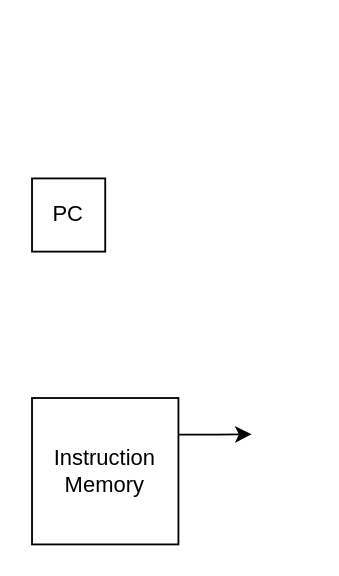
Above: README.drawio in conneroisu/sfhw-proj2 (draw.io), before the change. Source tidied: cells renumbered, new cells numbered last; positions are measured from the earlier drawing's top-left corner, leaving out a move shared by most shapes. Both pictures are drawn from the tidied source at 183%, with x=0, y=0 at pixel (31, 178).
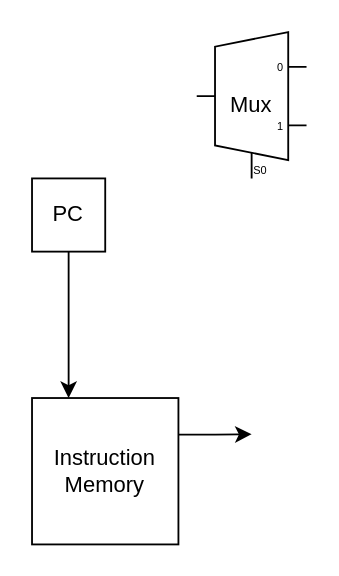
Above is the later version.

The edit, as a diff of the source:
```diff
@@
 <mxGraphModel>
   <root>
     <mxCell id="0" />
     <mxCell id="1" parent="0" />
     <mxCell id="2" style="edgeStyle=orthogonalEdgeStyle;rounded=0;jettySize=auto;html=1;exitX=1;exitY=0.25;exitDx=0;exitDy=0;" parent="1" edge="1" source="3">
       <mxGeometry relative="1" as="geometry">
         <mxPoint x="120" y="139.8" as="targetPoint" />
       </mxGeometry>
     </mxCell>
     <mxCell id="3" value="Instruction&lt;br&gt;Memory" style="whiteSpace=wrap;html=1;" parent="1" vertex="1">
       <mxGeometry y="120" width="80" height="80" as="geometry" />
     </mxCell>
+    <mxCell id="5" style="edgeStyle=orthogonalEdgeStyle;rounded=0;jettySize=auto;html=1;exitX=0.5;exitY=1;exitDx=0;exitDy=0;entryX=0.25;entryY=0;entryDx=0;entryDy=0;" parent="1" edge="1" source="4" target="3">
+      <mxGeometry relative="1" as="geometry" />
+    </mxCell>
     <mxCell id="4" value="PC" style="whiteSpace=wrap;html=1;" parent="1" vertex="1">
       <mxGeometry width="40" height="40" as="geometry" />
     </mxCell>
+    <mxCell id="6" value="&lt;div&gt;Mux&lt;/div&gt;" style="shadow=0;dashed=0;align=center;html=1;strokeWidth=1;shape=mxgraph.electrical.abstract.mux2;operation=demux;whiteSpace=wrap;" parent="1" vertex="1">
+      <mxGeometry x="90" y="-80" width="60" height="80" as="geometry" />
+    </mxCell>
   </root>
 </mxGraphModel>
```
